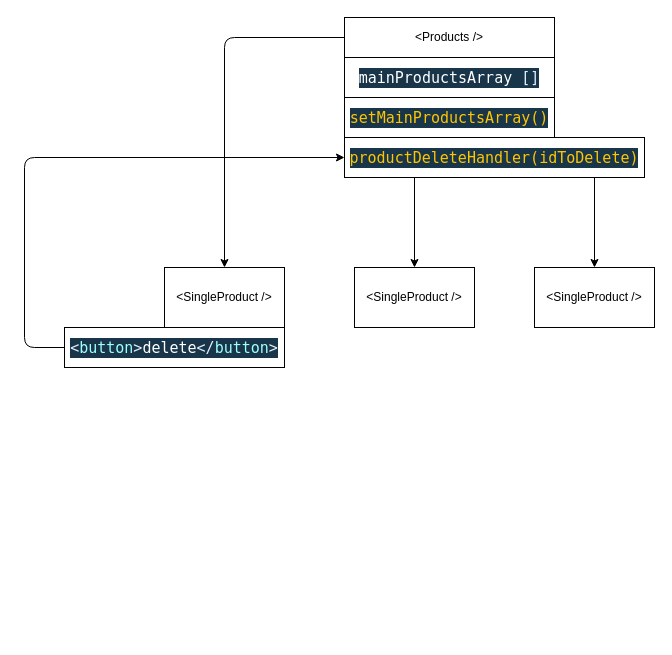
Above: draw.drawio in MariusCodeAcademy/feu2-07_r_useEffect_customHook (draw.io), before the change. Source tidied: cells renumbered, new cells numbered last; positions are measured from the earlier drawing's top-left corner, leaving out a move shared by most shapes. Both pictures are drawn from the tidied source at 100%, with x=0, y=0 at pixel (24, 17).
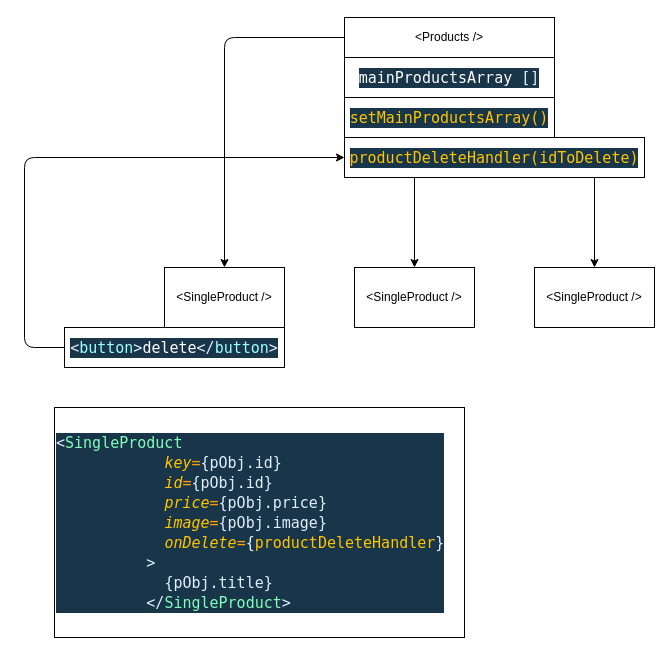
After the change.

The edit, as a diff of the source:
```diff
@@
 <mxGraphModel>
   <root>
     <mxCell id="0" />
     <mxCell id="1" parent="0" />
     <mxCell id="2" style="edgeStyle=orthogonalEdgeStyle;html=1;" parent="1" edge="1" source="5" target="6">
       <mxGeometry relative="1" as="geometry" />
     </mxCell>
     <mxCell id="3" style="edgeStyle=orthogonalEdgeStyle;html=1;" parent="1" edge="1" source="5" target="8">
       <mxGeometry relative="1" as="geometry" />
     </mxCell>
     <mxCell id="4" style="edgeStyle=orthogonalEdgeStyle;html=1;" parent="1" edge="1" source="5" target="7">
       <mxGeometry relative="1" as="geometry" />
     </mxCell>
     <mxCell id="5" value="&amp;lt;Products /&amp;gt;" style="rounded=0;whiteSpace=wrap;html=1;" parent="1" vertex="1">
       <mxGeometry x="320" width="210" height="40" as="geometry" />
     </mxCell>
     <mxCell id="6" value="&amp;lt;SingleProduct /&amp;gt;" style="rounded=0;whiteSpace=wrap;html=1;" parent="1" vertex="1">
       <mxGeometry x="140" y="250" width="120" height="60" as="geometry" />
     </mxCell>
     <mxCell id="7" value="&amp;lt;SingleProduct /&amp;gt;" style="rounded=0;whiteSpace=wrap;html=1;" parent="1" vertex="1">
       <mxGeometry x="330" y="250" width="120" height="60" as="geometry" />
     </mxCell>
     <mxCell id="8" value="&amp;lt;SingleProduct /&amp;gt;" style="rounded=0;whiteSpace=wrap;html=1;" parent="1" vertex="1">
       <mxGeometry x="510" y="250" width="120" height="60" as="geometry" />
     </mxCell>
     <mxCell id="9" value="&lt;div style=&quot;background-color: rgb(25 , 53 , 73) ; font-family: &amp;#34;cascadia code&amp;#34; , &amp;#34;menlo&amp;#34; , &amp;#34;monaco&amp;#34; , &amp;#34;courier new&amp;#34; , monospace , &amp;#34;consolas&amp;#34; , &amp;#34;courier new&amp;#34; , monospace ; font-size: 15px ; line-height: 20px&quot;&gt;&lt;span style=&quot;color: rgb(255 , 255 , 255)&quot;&gt;mainProductsArray&lt;/span&gt;&lt;font color=&quot;#e1efff&quot;&gt;&amp;nbsp;[]&lt;/font&gt;&lt;/div&gt;" style="rounded=0;whiteSpace=wrap;html=1;" parent="1" vertex="1">
       <mxGeometry x="320" y="40" width="210" height="40" as="geometry" />
     </mxCell>
     <mxCell id="10" value="&lt;div style=&quot;color: rgb(255 , 255 , 255) ; background-color: rgb(25 , 53 , 73) ; font-family: &amp;#34;cascadia code&amp;#34; , &amp;#34;menlo&amp;#34; , &amp;#34;monaco&amp;#34; , &amp;#34;courier new&amp;#34; , monospace , &amp;#34;consolas&amp;#34; , &amp;#34;courier new&amp;#34; , monospace ; font-size: 15px ; line-height: 20px&quot;&gt;&lt;span style=&quot;color: rgb(255 , 198 , 0) ; font-family: &amp;#34;cascadia code&amp;#34; , &amp;#34;menlo&amp;#34; , &amp;#34;monaco&amp;#34; , &amp;#34;courier new&amp;#34; , monospace , &amp;#34;consolas&amp;#34; , &amp;#34;courier new&amp;#34; , monospace&quot;&gt;setMainProductsArray()&lt;/span&gt;&lt;br&gt;&lt;/div&gt;" style="rounded=0;whiteSpace=wrap;html=1;" parent="1" vertex="1">
       <mxGeometry x="320" y="80" width="210" height="40" as="geometry" />
     </mxCell>
     <mxCell id="11" value="&lt;div style=&quot;background-color: rgb(25 , 53 , 73) ; font-family: &amp;#34;cascadia code&amp;#34; , &amp;#34;menlo&amp;#34; , &amp;#34;monaco&amp;#34; , &amp;#34;courier new&amp;#34; , monospace , &amp;#34;consolas&amp;#34; , &amp;#34;courier new&amp;#34; , monospace ; font-size: 15px ; line-height: 20px&quot;&gt;&lt;font color=&quot;#ffc600&quot;&gt;productDeleteHandler(idToDelete)&lt;/font&gt;&lt;/div&gt;" style="rounded=0;whiteSpace=wrap;html=1;" parent="1" vertex="1">
       <mxGeometry x="320" y="120" width="300" height="40" as="geometry" />
     </mxCell>
     <mxCell id="12" style="edgeStyle=orthogonalEdgeStyle;html=1;entryX=0;entryY=0.5;entryDx=0;entryDy=0;" parent="1" edge="1" source="13" target="11">
       <mxGeometry relative="1" as="geometry">
         <Array as="points">
           <mxPoint y="330" />
           <mxPoint y="140" />
         </Array>
       </mxGeometry>
     </mxCell>
     <mxCell id="13" value="&lt;div style=&quot;color: rgb(255 , 255 , 255) ; background-color: rgb(25 , 53 , 73) ; font-family: &amp;#34;cascadia code&amp;#34; , &amp;#34;menlo&amp;#34; , &amp;#34;monaco&amp;#34; , &amp;#34;courier new&amp;#34; , monospace , &amp;#34;consolas&amp;#34; , &amp;#34;courier new&amp;#34; , monospace ; font-size: 15px ; line-height: 20px&quot;&gt;&lt;span style=&quot;color: #e1efff&quot;&gt;&amp;lt;&lt;/span&gt;&lt;span style=&quot;color: #9effff&quot;&gt;button&lt;/span&gt;&lt;span style=&quot;color: #e1efff&quot;&gt;&amp;gt;&lt;/span&gt;delete&lt;span style=&quot;color: #e1efff&quot;&gt;&amp;lt;/&lt;/span&gt;&lt;span style=&quot;color: #9effff&quot;&gt;button&lt;/span&gt;&lt;span style=&quot;color: #e1efff&quot;&gt;&amp;gt;&lt;/span&gt;&lt;/div&gt;" style="rounded=0;whiteSpace=wrap;html=1;" parent="1" vertex="1">
       <mxGeometry x="40" y="310" width="220" height="40" as="geometry" />
     </mxCell>
+    <mxCell id="14" value="&lt;div style=&quot;color: rgb(255 , 255 , 255) ; background-color: rgb(25 , 53 , 73) ; font-family: &amp;quot;cascadia code&amp;quot; , &amp;quot;menlo&amp;quot; , &amp;quot;monaco&amp;quot; , &amp;quot;courier new&amp;quot; , monospace , &amp;quot;consolas&amp;quot; , &amp;quot;courier new&amp;quot; , monospace ; font-size: 15px ; line-height: 20px&quot;&gt;&lt;div&gt;&lt;span style=&quot;color: #e1efff&quot;&gt;&amp;lt;&lt;/span&gt;&lt;span style=&quot;color: #80ffbb&quot;&gt;SingleProduct&lt;/span&gt;&lt;/div&gt;&lt;div&gt;&lt;span style=&quot;color: #9effff&quot;&gt;&amp;nbsp; &amp;nbsp; &amp;nbsp; &amp;nbsp; &amp;nbsp; &amp;nbsp; &lt;/span&gt;&lt;span style=&quot;color: #ffc600 ; font-style: italic&quot;&gt;key&lt;/span&gt;&lt;span style=&quot;color: #ff9d00&quot;&gt;=&lt;/span&gt;&lt;span style=&quot;color: #e1efff&quot;&gt;{&lt;/span&gt;&lt;span style=&quot;color: #e1efff&quot;&gt;pObj&lt;/span&gt;&lt;span style=&quot;color: #e1efff&quot;&gt;.id}&lt;/span&gt;&lt;/div&gt;&lt;div&gt;&lt;span style=&quot;color: #9effff&quot;&gt;&amp;nbsp; &amp;nbsp; &amp;nbsp; &amp;nbsp; &amp;nbsp; &amp;nbsp; &lt;/span&gt;&lt;span style=&quot;color: #ffc600 ; font-style: italic&quot;&gt;id&lt;/span&gt;&lt;span style=&quot;color: #ff9d00&quot;&gt;=&lt;/span&gt;&lt;span style=&quot;color: #e1efff&quot;&gt;{&lt;/span&gt;&lt;span style=&quot;color: #e1efff&quot;&gt;pObj&lt;/span&gt;&lt;span style=&quot;color: #e1efff&quot;&gt;.id}&lt;/span&gt;&lt;/div&gt;&lt;div&gt;&lt;span style=&quot;color: #9effff&quot;&gt;&amp;nbsp; &amp;nbsp; &amp;nbsp; &amp;nbsp; &amp;nbsp; &amp;nbsp; &lt;/span&gt;&lt;span style=&quot;color: #ffc600 ; font-style: italic&quot;&gt;price&lt;/span&gt;&lt;span style=&quot;color: #ff9d00&quot;&gt;=&lt;/span&gt;&lt;span style=&quot;color: #e1efff&quot;&gt;{&lt;/span&gt;&lt;span style=&quot;color: #e1efff&quot;&gt;pObj&lt;/span&gt;&lt;span style=&quot;color: #e1efff&quot;&gt;.price}&lt;/span&gt;&lt;/div&gt;&lt;div&gt;&lt;span style=&quot;color: #9effff&quot;&gt;&amp;nbsp; &amp;nbsp; &amp;nbsp; &amp;nbsp; &amp;nbsp; &amp;nbsp; &lt;/span&gt;&lt;span style=&quot;color: #ffc600 ; font-style: italic&quot;&gt;image&lt;/span&gt;&lt;span style=&quot;color: #ff9d00&quot;&gt;=&lt;/span&gt;&lt;span style=&quot;color: #e1efff&quot;&gt;{&lt;/span&gt;&lt;span style=&quot;color: #e1efff&quot;&gt;pObj&lt;/span&gt;&lt;span style=&quot;color: #e1efff&quot;&gt;.image}&lt;/span&gt;&lt;/div&gt;&lt;div&gt;&lt;span style=&quot;color: #9effff&quot;&gt;&amp;nbsp; &amp;nbsp; &amp;nbsp; &amp;nbsp; &amp;nbsp; &amp;nbsp; &lt;/span&gt;&lt;span style=&quot;color: #ffc600 ; font-style: italic&quot;&gt;onDelete&lt;/span&gt;&lt;span style=&quot;color: #ff9d00&quot;&gt;=&lt;/span&gt;&lt;span style=&quot;color: #e1efff&quot;&gt;{&lt;/span&gt;&lt;span style=&quot;color: #ffc600&quot;&gt;productDeleteHandler&lt;/span&gt;&lt;span style=&quot;color: #e1efff&quot;&gt;}&lt;/span&gt;&lt;/div&gt;&lt;div&gt;&lt;span style=&quot;color: #9effff&quot;&gt;&amp;nbsp; &amp;nbsp; &amp;nbsp; &amp;nbsp; &amp;nbsp; &lt;/span&gt;&lt;span style=&quot;color: #e1efff&quot;&gt;&amp;gt;&lt;/span&gt;&lt;/div&gt;&lt;div&gt;&amp;nbsp; &amp;nbsp; &amp;nbsp; &amp;nbsp; &amp;nbsp; &amp;nbsp; &lt;span style=&quot;color: #e1efff&quot;&gt;{&lt;/span&gt;&lt;span style=&quot;color: #e1efff&quot;&gt;pObj&lt;/span&gt;&lt;span style=&quot;color: #e1efff&quot;&gt;.title&lt;/span&gt;&lt;span style=&quot;color: #e1efff&quot;&gt;}&lt;/span&gt;&lt;/div&gt;&lt;div&gt;&amp;nbsp; &amp;nbsp; &amp;nbsp; &amp;nbsp; &amp;nbsp; &lt;span style=&quot;color: #e1efff&quot;&gt;&amp;lt;/&lt;/span&gt;&lt;span style=&quot;color: #80ffbb&quot;&gt;SingleProduct&lt;/span&gt;&lt;span style=&quot;color: #e1efff&quot;&gt;&amp;gt;&lt;/span&gt;&lt;/div&gt;&lt;/div&gt;" style="rounded=0;whiteSpace=wrap;html=1;align=left;" parent="1" vertex="1">
+      <mxGeometry x="30" y="390" width="410" height="230" as="geometry" />
+    </mxCell>
   </root>
 </mxGraphModel>
```
